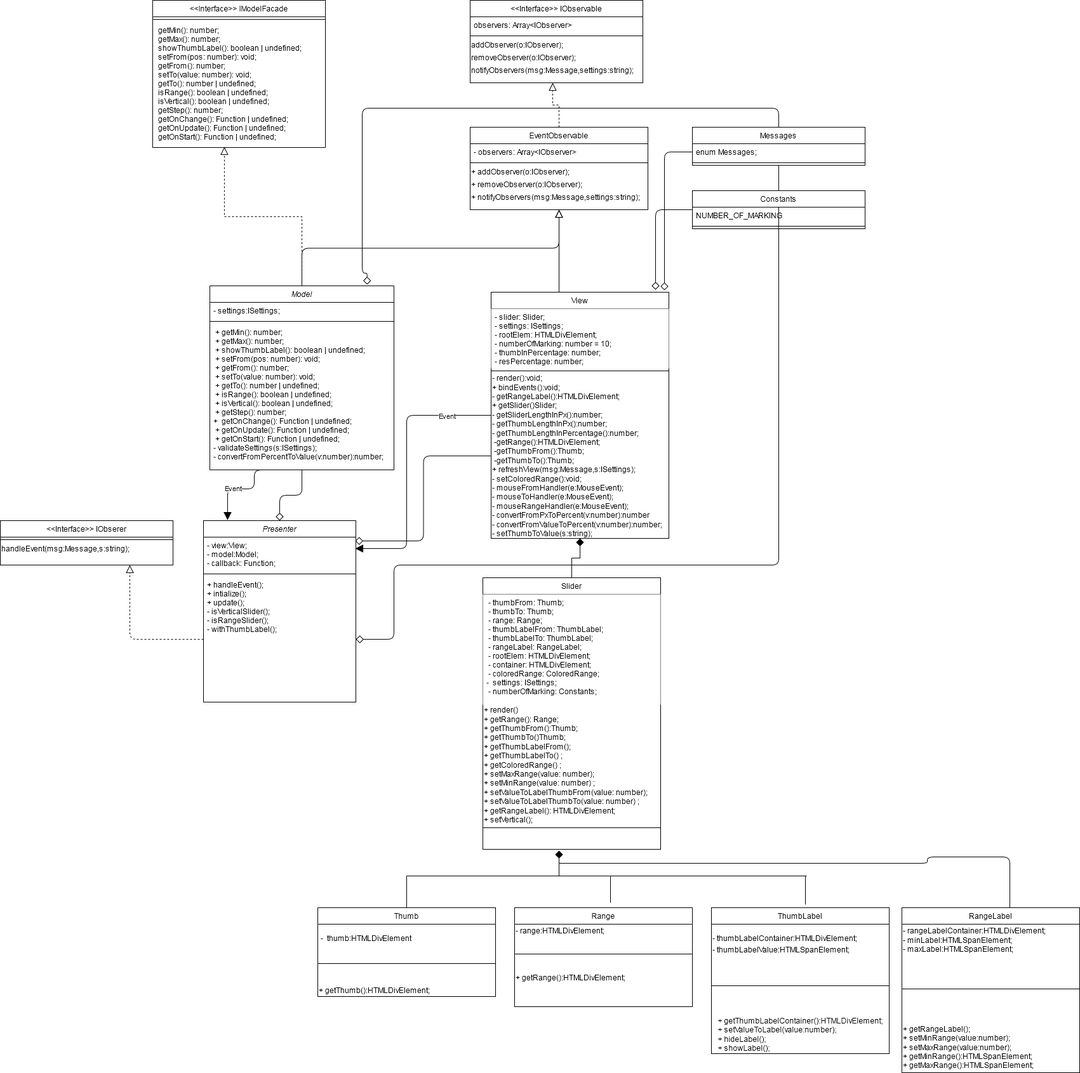
Earlier version of the draw.io export docs/FSDCourse4UMLDiagram.png (mvodev/FSDCourse4). Source tidied: cells renumbered, new cells last; positions are measured from the earlier drawing's top-left corner, leaving out a move shared by most shapes.
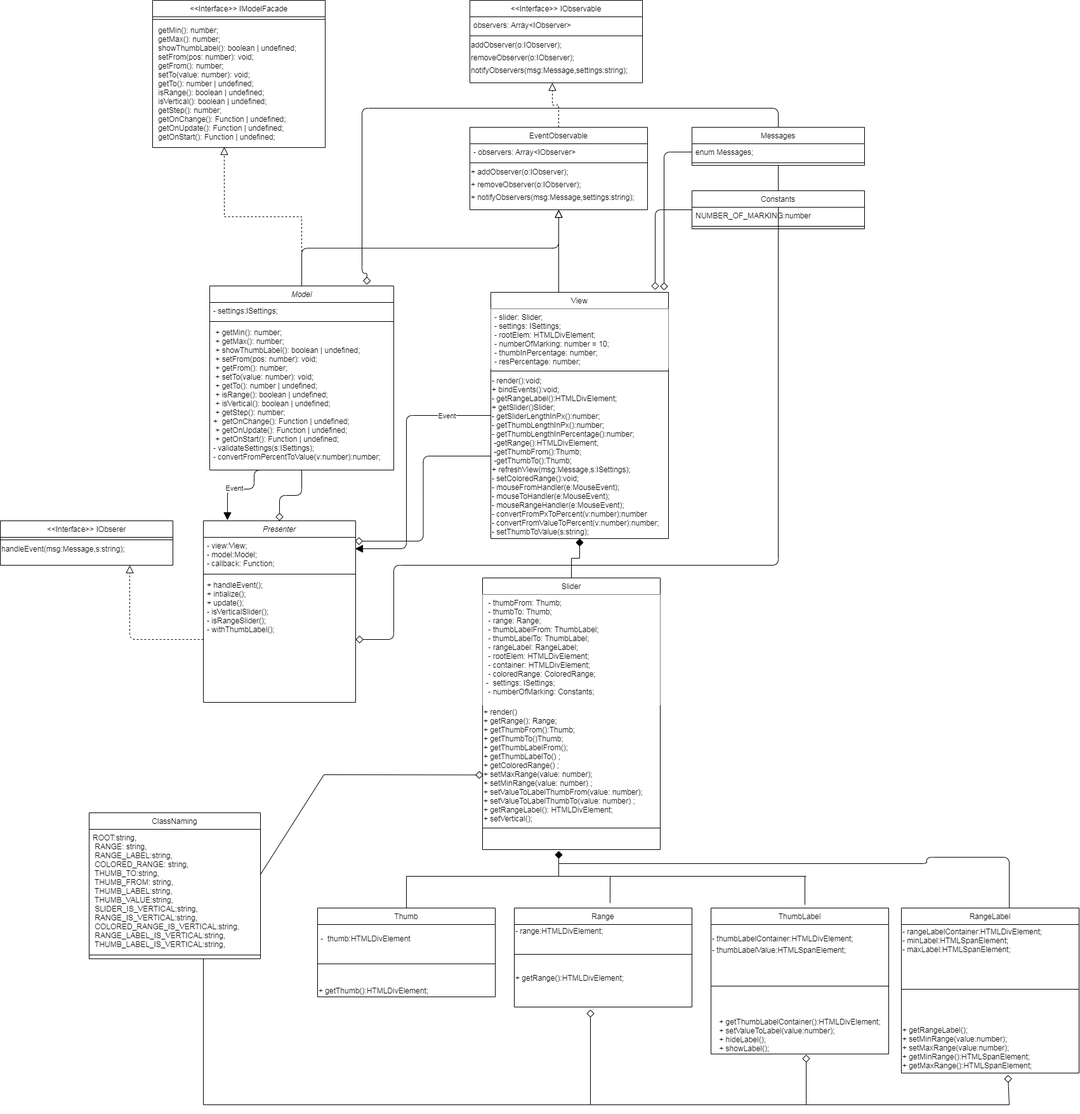
Above is the later version.

The edit, as a diff of the source:
```diff
@@ -274,7 +274,7 @@
     <mxCell id="73" value="Constants" style="swimlane;fontStyle=0;align=center;verticalAlign=top;horizontal=1;startSize=26;rounded=0;shadow=0;strokeWidth=1;" parent="1" vertex="1">
       <mxGeometry x="1090" y="300" width="272" height="60" as="geometry" />
     </mxCell>
-    <mxCell id="74" value="NUMBER_OF_MARKING" style="text;align=left;verticalAlign=top;spacingLeft=4;spacingRight=4;overflow=hidden;" parent="73" vertex="1">
+    <mxCell id="74" value="NUMBER_OF_MARKING:number" style="text;align=left;verticalAlign=top;spacingLeft=4;spacingRight=4;overflow=hidden;" parent="73" vertex="1">
       <mxGeometry y="26" width="272" height="26" as="geometry" />
     </mxCell>
     <mxCell id="75" style="line;html=1;strokeWidth=1;align=left;verticalAlign=middle;spacingTop=-1;spacingLeft=3;spacingRight=3;labelPosition=right;" parent="73" vertex="1">
@@ -295,5 +295,57 @@
     <mxCell id="80" style="edgeStyle=orthogonalEdgeStyle;rounded=1;jettySize=auto;html=1;entryX=0.75;entryY=1;entryDx=0;entryDy=0;endArrow=block;endFill=0;endSize=10;strokeWidth=1;dashed=1;" parent="1" edge="1" source="37" target="77">
       <mxGeometry relative="1" as="geometry" />
     </mxCell>
+    <mxCell id="81" value="ClassNaming&#10;" style="swimlane;fontStyle=0;align=center;verticalAlign=top;horizontal=1;startSize=26;rounded=0;shadow=0;strokeWidth=1;" parent="1" vertex="1">
+      <mxGeometry x="140" y="1280" width="270" height="230" as="geometry" />
+    </mxCell>
+    <mxCell id="82" value="ROOT:string,&#10; RANGE: string,&#10; RANGE_LABEL:string,&#10; COLORED_RANGE: string,&#10; THUMB_TO:string,&#10; THUMB_FROM: string,&#10; THUMB_LABEL:string,&#10; THUMB_VALUE:string,&#10; SLIDER_IS_VERTICAL:string,&#10; RANGE_IS_VERTICAL:string,&#10; COLORED_RANGE_IS_VERTICAL:string,&#10; RANGE_LABEL_IS_VERTICAL:string,&#10; THUMB_LABEL_IS_VERTICAL:string," style="text;align=left;verticalAlign=top;spacingLeft=4;spacingRight=4;overflow=hidden;points=[[0,0.5],[1,0.5]];portConstraint=eastwest;" parent="81" vertex="1">
+      <mxGeometry y="26" width="270" height="194" as="geometry" />
+    </mxCell>
+    <mxCell id="83" style="line;html=1;strokeWidth=1;align=left;verticalAlign=middle;spacingTop=-1;spacingLeft=3;spacingRight=3;labelPosition=right;" parent="81" vertex="1">
+      <mxGeometry y="220" width="270" height="8" as="geometry" />
+    </mxCell>
+    <mxCell id="84" style="endArrow=diamond;html=1;exitX=0.999;exitY=0.369;exitDx=0;exitDy=0;exitPerimeter=0;entryX=0.004;entryY=0.581;entryDx=0;entryDy=0;entryPerimeter=0;rounded=0;endFill=0;endSize=10;" parent="1" edge="1" source="82" target="41">
+      <mxGeometry relative="1" as="geometry">
+        <Array as="points">
+          <mxPoint x="510" y="1220" />
+        </Array>
+      </mxGeometry>
+    </mxCell>
+    <mxCell id="85" style="endArrow=none;html=1;endFill=0;" parent="1" edge="1">
+      <mxGeometry relative="1" as="geometry">
+        <mxPoint x="320" y="1740" as="sourcePoint" />
+        <mxPoint x="930" y="1740" as="targetPoint" />
+      </mxGeometry>
+    </mxCell>
+    <mxCell id="86" style="endArrow=none;html=1;" parent="1" edge="1">
+      <mxGeometry relative="1" as="geometry">
+        <mxPoint x="320" y="1740" as="sourcePoint" />
+        <mxPoint x="320" y="1510" as="targetPoint" />
+      </mxGeometry>
+    </mxCell>
+    <mxCell id="87" style="endArrow=diamond;html=1;endFill=0;strokeWidth=1;endSize=10;" parent="1" edge="1">
+      <mxGeometry relative="1" as="geometry">
+        <mxPoint x="930" y="1740" as="sourcePoint" />
+        <mxPoint x="930" y="1590" as="targetPoint" />
+      </mxGeometry>
+    </mxCell>
+    <mxCell id="88" style="endArrow=none;html=1;strokeWidth=1;" parent="1" edge="1">
+      <mxGeometry relative="1" as="geometry">
+        <mxPoint x="930" y="1740" as="sourcePoint" />
+        <mxPoint x="1590" y="1740" as="targetPoint" />
+      </mxGeometry>
+    </mxCell>
+    <mxCell id="89" style="endArrow=diamond;html=1;strokeWidth=1;endSize=10;endFill=0;" parent="1" edge="1">
+      <mxGeometry relative="1" as="geometry">
+        <mxPoint x="1270" y="1740" as="sourcePoint" />
+        <mxPoint x="1270" y="1661" as="targetPoint" />
+      </mxGeometry>
+    </mxCell>
+    <mxCell id="90" style="endArrow=diamond;html=1;strokeWidth=1;endSize=10;endFill=0;" parent="1" edge="1">
+      <mxGeometry relative="1" as="geometry">
+        <mxPoint x="1590" y="1740" as="sourcePoint" />
+        <mxPoint x="1588" y="1693" as="targetPoint" />
+      </mxGeometry>
+    </mxCell>
   </root>
 </mxGraphModel>
```
